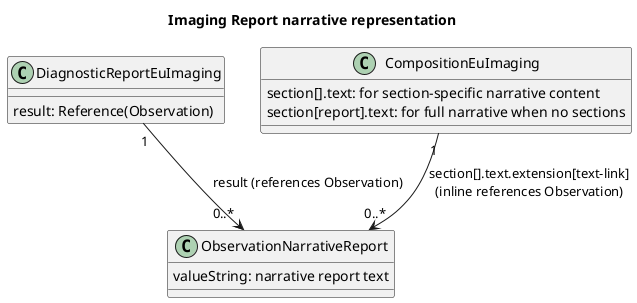
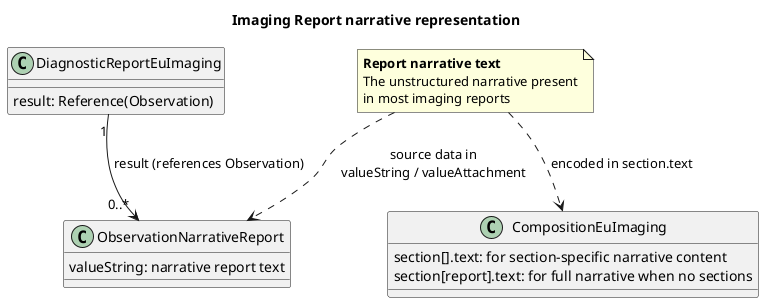
@startuml
title Imaging Report narrative representation

skinparam classAttributeIconSize 0

class "ObservationNarrativeReport" as ONR {
	valueString: narrative report text
}

class "DiagnosticReportEuImaging" as DR {
	result: Reference(Observation)
}

class "CompositionEuImaging" as COMP {
	section[].text: for section-specific narrative content
	section[report].text: for full narrative when no sections
}

+ note as NARRATIVE
+ 	**Report narrative text**
+ 	The unstructured narrative present
+ 	in most imaging reports
+ end note
+ 
DR "1" --> "0..*" ONR : result (references Observation)
- COMP "1" --> "0..*" ONR : section[].text.extension[text-link]\n(inline references Observation)
+ 
+ NARRATIVE ..> ONR : source data in\nvalueString / valueAttachment
+ NARRATIVE ..> COMP : encoded in section.text

@enduml